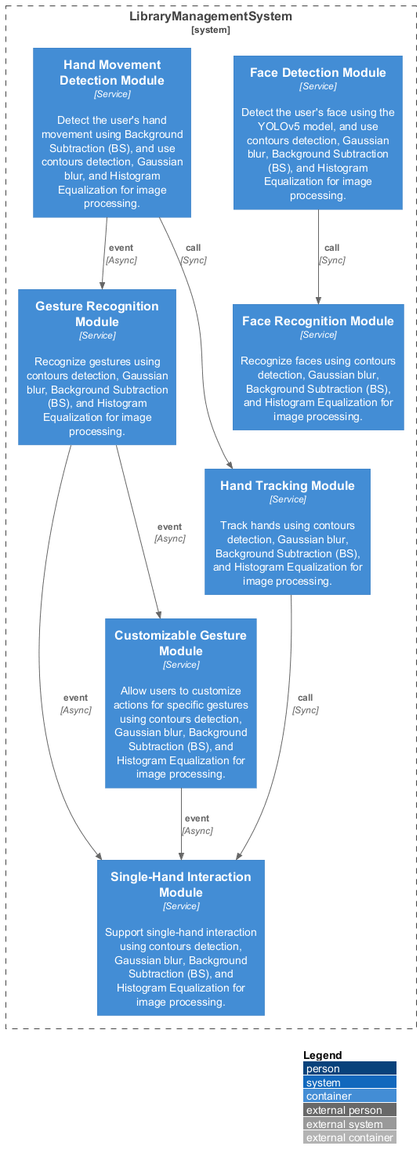
The PlantUML diagram data/outputs/architecture_c4.png in hanaAbdelwahab/GPARCHIMIND, before a commit.
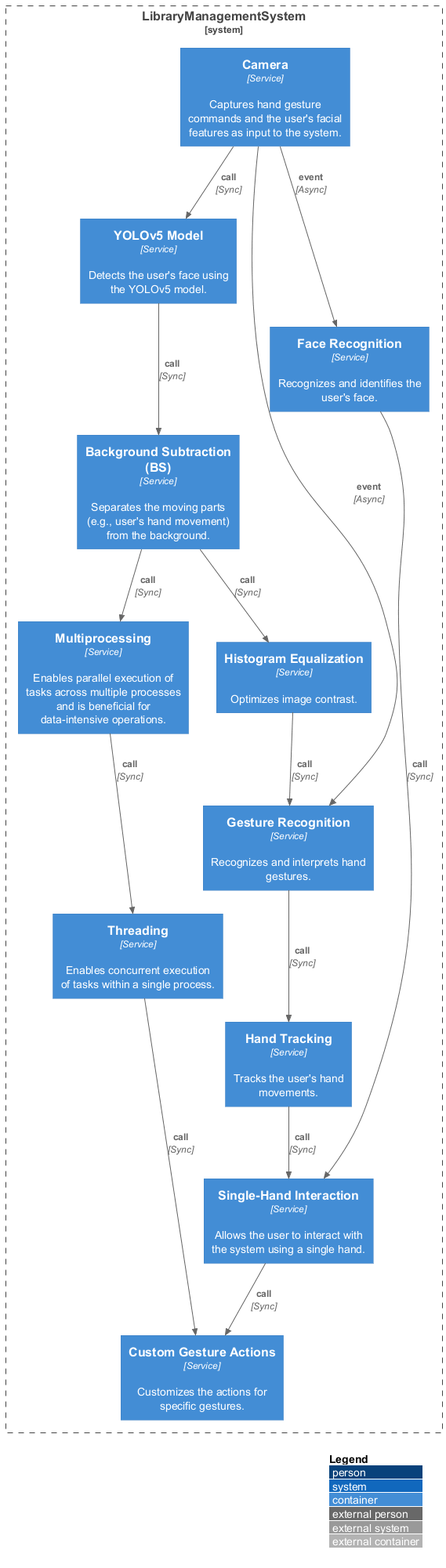
Later version of the same file.

Change to the diagram source:
```diff
@@ -2,19 +2,29 @@
 !include https://raw.githubusercontent.com/plantuml-stdlib/C4-PlantUML/master/C4_Container.puml
 LAYOUT_WITH_LEGEND()
 System_Boundary(LibraryManagementSystem, "LibraryManagementSystem") {
-  Container(FaceDetectionModule, "Face Detection Module", "Service", "Detect the user's face using the YOLOv5 model, and use contours detection, Gaussian blur, Background Subtraction (BS), and Histogram Equalization for image processing.")
-  Container(HandMovementDetectionModule, "Hand Movement Detection Module", "Service", "Detect the user's hand movement using Background Subtraction (BS), and use contours detection, Gaussian blur, and Histogram Equalization for image processing.")
-  Container(GestureRecognitionModule, "Gesture Recognition Module", "Service", "Recognize gestures using contours detection, Gaussian blur, Background Subtraction (BS), and Histogram Equalization for image processing.")
-  Container(FaceRecognitionModule, "Face Recognition Module", "Service", "Recognize faces using contours detection, Gaussian blur, Background Subtraction (BS), and Histogram Equalization for image processing.")
-  Container(HandTrackingModule, "Hand Tracking Module", "Service", "Track hands using contours detection, Gaussian blur, Background Subtraction (BS), and Histogram Equalization for image processing.")
-  Container(SingleHandInteractionModule, "Single-Hand Interaction Module", "Service", "Support single-hand interaction using contours detection, Gaussian blur, Background Subtraction (BS), and Histogram Equalization for image processing.")
-  Container(CustomizableGestureModule, "Customizable Gesture Module", "Service", "Allow users to customize actions for specific gestures using contours detection, Gaussian blur, Background Subtraction (BS), and Histogram Equalization for image processing.")
+  Container(Camera, "Camera", "Service", "Captures hand gesture commands and the user's facial features as input to the system.")
+  Container(YOLOv5Model, "YOLOv5 Model", "Service", "Detects the user's face using the YOLOv5 model.")
+  Container(BackgroundSubtractionBS, "Background Subtraction (BS)", "Service", "Separates the moving parts (e.g., user's hand movement) from the background.")
+  Container(HistogramEqualization, "Histogram Equalization", "Service", "Optimizes image contrast.")
+  Container(Threading, "Threading", "Service", "Enables concurrent execution of tasks within a single process.")
+  Container(Multiprocessing, "Multiprocessing", "Service", "Enables parallel execution of tasks across multiple processes and is beneficial for data-intensive operations.")
+  Container(GestureRecognition, "Gesture Recognition", "Service", "Recognizes and interprets hand gestures.")
+  Container(FaceRecognition, "Face Recognition", "Service", "Recognizes and identifies the user's face.")
+  Container(HandTracking, "Hand Tracking", "Service", "Tracks the user's hand movements.")
+  Container(SingleHandInteraction, "Single-Hand Interaction", "Service", "Allows the user to interact with the system using a single hand.")
+  Container(CustomGestureActions, "Custom Gesture Actions", "Service", "Customizes the actions for specific gestures.")
 }
-Rel(FaceDetectionModule, FaceRecognitionModule, "call", "Sync")
-Rel(HandMovementDetectionModule, HandTrackingModule, "call", "Sync")
-Rel(HandMovementDetectionModule, GestureRecognitionModule, "event", "Async")
-Rel(GestureRecognitionModule, SingleHandInteractionModule, "event", "Async")
-Rel(GestureRecognitionModule, CustomizableGestureModule, "event", "Async")
-Rel(HandTrackingModule, SingleHandInteractionModule, "call", "Sync")
-Rel(CustomizableGestureModule, SingleHandInteractionModule, "event", "Async")
+Rel(Camera, YOLOv5Model, "call", "Sync")
+Rel(YOLOv5Model, BackgroundSubtractionBS, "call", "Sync")
+Rel(BackgroundSubtractionBS, HistogramEqualization, "call", "Sync")
+Rel(HistogramEqualization, GestureRecognition, "call", "Sync")
+Rel(Camera, GestureRecognition, "event", "Async")
+Rel(GestureRecognition, HandTracking, "call", "Sync")
+Rel(HandTracking, SingleHandInteraction, "call", "Sync")
+Rel(SingleHandInteraction, CustomGestureActions, "call", "Sync")
+Rel(Camera, FaceRecognition, "event", "Async")
+Rel(FaceRecognition, SingleHandInteraction, "call", "Sync")
+Rel(BackgroundSubtractionBS, Multiprocessing, "call", "Sync")
+Rel(Multiprocessing, Threading, "call", "Sync")
+Rel(Threading, CustomGestureActions, "call", "Sync")
 @enduml
```
